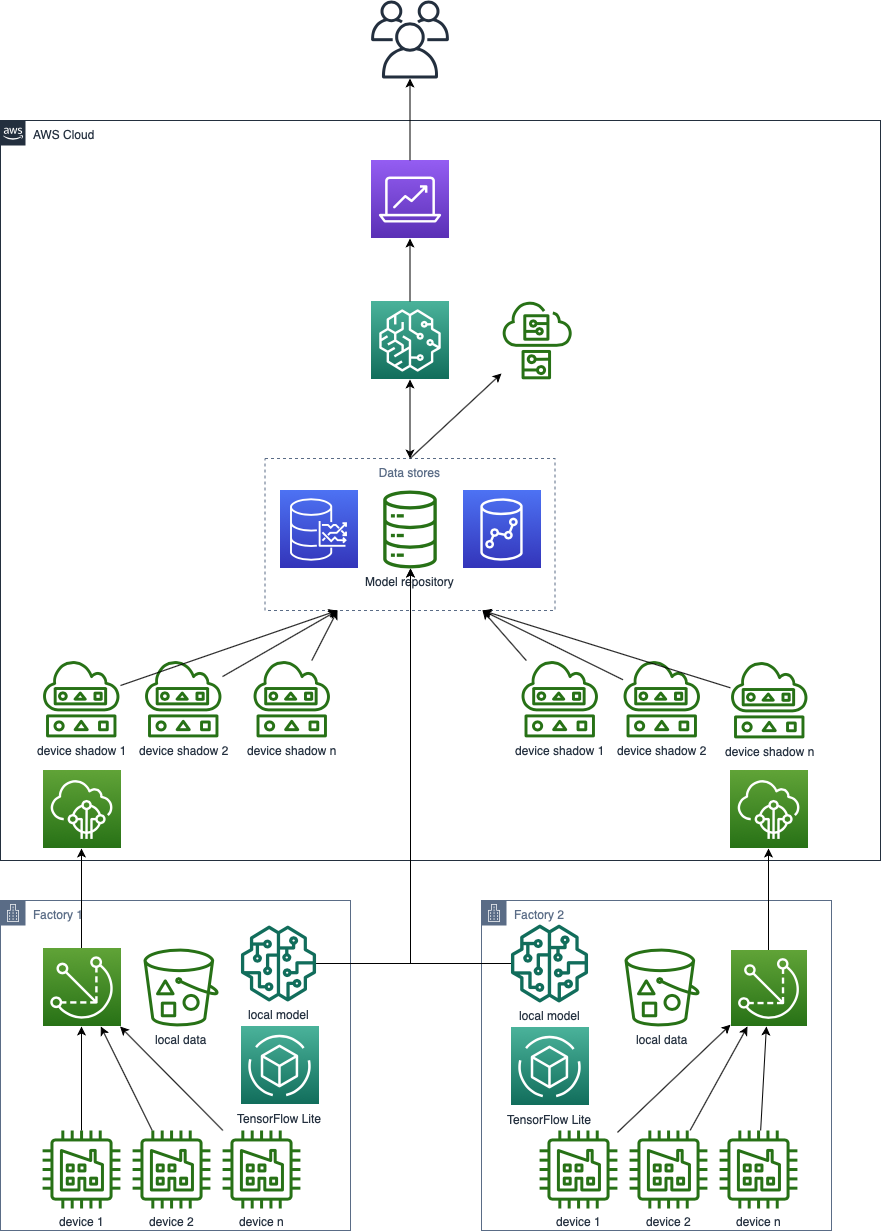
marowid/presentations keeps this draw.io diagram as MTL.png. Above is the earlier version. Source tidied: cells renumbered, new cells last; positions are measured from the earlier drawing's top-left corner, leaving out a move shared by most shapes. The source it was exported from:
```xml
<mxGraphModel>
  <root>
    <mxCell id="0" />
    <mxCell id="1" parent="0" />
    <mxCell id="2" value="AWS Cloud" style="gradientColor=none;html=1;whiteSpace=wrap;fontSize=12;fontStyle=0;shape=mxgraph.aws4.group;grIcon=mxgraph.aws4.group_aws_cloud_alt;strokeColor=#232F3E;fillColor=none;verticalAlign=top;align=left;spacingLeft=30;fontColor=#232F3E;dashed=0;" parent="1" vertex="1">
      <mxGeometry y="120" width="880" height="740" as="geometry" />
    </mxCell>
    <mxCell id="3" value="Data stores" style="fillColor=none;strokeColor=#5A6C86;dashed=1;verticalAlign=top;fontStyle=0;fontColor=#5A6C86;" parent="1" vertex="1">
      <mxGeometry x="264.5" y="458" width="290" height="152" as="geometry" />
    </mxCell>
    <mxCell id="4" value="Factory 1" style="gradientColor=none;html=1;whiteSpace=wrap;fontSize=12;fontStyle=0;shape=mxgraph.aws4.group;grIcon=mxgraph.aws4.group_corporate_data_center;strokeColor=#5A6C86;fillColor=none;verticalAlign=top;align=left;spacingLeft=30;fontColor=#5A6C86;dashed=0;" parent="1" vertex="1">
      <mxGeometry y="900" width="350" height="330" as="geometry" />
    </mxCell>
    <mxCell id="5" value="device 1" style="outlineConnect=0;fontColor=#232F3E;gradientColor=none;fillColor=#277116;strokeColor=none;dashed=0;verticalLabelPosition=bottom;verticalAlign=top;align=center;html=1;fontSize=12;fontStyle=0;shape=mxgraph.aws4.factory;" parent="1" vertex="1">
      <mxGeometry x="42" y="1130" width="78" height="78" as="geometry" />
    </mxCell>
    <mxCell id="6" style="edgeStyle=orthogonalEdgeStyle;rounded=0;jettySize=auto;html=1;" parent="1" edge="1" source="7" target="12">
      <mxGeometry relative="1" as="geometry" />
    </mxCell>
    <mxCell id="7" value="local model" style="outlineConnect=0;fontColor=#232F3E;gradientColor=none;fillColor=#116D5B;strokeColor=none;dashed=0;verticalLabelPosition=bottom;verticalAlign=top;align=center;html=1;fontSize=12;fontStyle=0;shape=mxgraph.aws4.sagemaker_model;" parent="1" vertex="1">
      <mxGeometry x="240" y="925" width="76" height="76" as="geometry" />
    </mxCell>
    <mxCell id="8" style="edgeStyle=orthogonalEdgeStyle;rounded=0;jettySize=auto;html=1;" parent="1" edge="1" source="9" target="19">
      <mxGeometry relative="1" as="geometry" />
    </mxCell>
    <mxCell id="9" style="outlineConnect=0;fontColor=#232F3E;gradientColor=#60A337;gradientDirection=north;fillColor=#277116;strokeColor=#ffffff;dashed=0;verticalLabelPosition=bottom;verticalAlign=top;align=center;html=1;fontSize=12;fontStyle=0;shape=mxgraph.aws4.resourceIcon;resIcon=mxgraph.aws4.greengrass;" parent="1" vertex="1">
      <mxGeometry x="42" y="948" width="78" height="78" as="geometry" />
    </mxCell>
    <mxCell id="10" value="local data" style="fontColor=#232F3E;gradientColor=none;fillColor=#277116;strokeColor=none;dashed=0;verticalLabelPosition=bottom;verticalAlign=top;align=center;html=1;fontSize=12;fontStyle=0;shape=mxgraph.aws4.bucket_with_objects;" parent="1" vertex="1">
      <mxGeometry x="143" y="948" width="75" height="78" as="geometry" />
    </mxCell>
    <mxCell id="11" style="outlineConnect=0;fontColor=#232F3E;gradientColor=#4AB29A;gradientDirection=north;fillColor=#116D5B;strokeColor=#ffffff;dashed=0;verticalLabelPosition=bottom;verticalAlign=top;align=center;html=1;fontSize=12;fontStyle=0;shape=mxgraph.aws4.resourceIcon;resIcon=mxgraph.aws4.sagemaker;" parent="1" vertex="1">
      <mxGeometry x="370.5" y="301" width="78" height="78" as="geometry" />
    </mxCell>
    <mxCell id="12" value="Model repository" style="outlineConnect=0;fontColor=#232F3E;gradientColor=none;fillColor=#277116;strokeColor=none;dashed=0;verticalLabelPosition=bottom;verticalAlign=top;align=center;html=1;fontSize=12;fontStyle=0;shape=mxgraph.aws4.iot_analytics_data_store;" parent="1" vertex="1">
      <mxGeometry x="382.5" y="490" width="54" height="78" as="geometry" />
    </mxCell>
    <mxCell id="13" value="device shadow 1" style="outlineConnect=0;fontColor=#232F3E;gradientColor=none;fillColor=#277116;strokeColor=none;dashed=0;verticalLabelPosition=bottom;verticalAlign=top;align=center;html=1;fontSize=12;fontStyle=0;shape=mxgraph.aws4.shadow;" parent="1" vertex="1">
      <mxGeometry x="42" y="660" width="78" height="77" as="geometry" />
    </mxCell>
    <mxCell id="14" value="device shadow 2" style="outlineConnect=0;fontColor=#232F3E;gradientColor=none;fillColor=#277116;strokeColor=none;dashed=0;verticalLabelPosition=bottom;verticalAlign=top;align=center;html=1;fontSize=12;fontStyle=0;shape=mxgraph.aws4.shadow;" parent="1" vertex="1">
      <mxGeometry x="144" y="660" width="78" height="77" as="geometry" />
    </mxCell>
    <mxCell id="15" value="device shadow n" style="outlineConnect=0;fontColor=#232F3E;gradientColor=none;fillColor=#277116;strokeColor=none;dashed=0;verticalLabelPosition=bottom;verticalAlign=top;align=center;html=1;fontSize=12;fontStyle=0;shape=mxgraph.aws4.shadow;" parent="1" vertex="1">
      <mxGeometry x="252.5" y="660" width="78" height="77" as="geometry" />
    </mxCell>
    <mxCell id="16" style="outlineConnect=0;fontColor=#232F3E;gradientColor=none;fillColor=#277116;strokeColor=none;dashed=0;verticalLabelPosition=bottom;verticalAlign=top;align=center;html=1;fontSize=12;fontStyle=0;shape=mxgraph.aws4.simulator;" parent="1" vertex="1">
      <mxGeometry x="501" y="301" width="71" height="78" as="geometry" />
    </mxCell>
    <mxCell id="17" style="fontColor=#232F3E;gradientColor=#4D72F3;gradientDirection=north;fillColor=#3334B9;strokeColor=#ffffff;dashed=0;verticalLabelPosition=bottom;verticalAlign=top;align=center;html=1;fontSize=12;fontStyle=0;shape=mxgraph.aws4.resourceIcon;resIcon=mxgraph.aws4.timestream;" parent="1" vertex="1">
      <mxGeometry x="279" y="490" width="78" height="78" as="geometry" />
    </mxCell>
    <mxCell id="18" style="fontColor=#232F3E;gradientColor=#4D72F3;gradientDirection=north;fillColor=#3334B9;strokeColor=#ffffff;dashed=0;verticalLabelPosition=bottom;verticalAlign=top;align=center;html=1;fontSize=12;fontStyle=0;shape=mxgraph.aws4.resourceIcon;resIcon=mxgraph.aws4.redshift;" parent="1" vertex="1">
      <mxGeometry x="462" y="490" width="78" height="78" as="geometry" />
    </mxCell>
    <mxCell id="19" style="outlineConnect=0;fontColor=#232F3E;gradientColor=#60A337;gradientDirection=north;fillColor=#277116;strokeColor=#ffffff;dashed=0;verticalLabelPosition=bottom;verticalAlign=top;align=center;html=1;fontSize=12;fontStyle=0;shape=mxgraph.aws4.resourceIcon;resIcon=mxgraph.aws4.iot_core;" parent="1" vertex="1">
      <mxGeometry x="42" y="770" width="78" height="78" as="geometry" />
    </mxCell>
    <mxCell id="20" style="outlineConnect=0;fontColor=#232F3E;gradientColor=none;fillColor=#232F3E;strokeColor=none;dashed=0;verticalLabelPosition=bottom;verticalAlign=top;align=center;html=1;fontSize=12;fontStyle=0;shape=mxgraph.aws4.users;" parent="1" vertex="1">
      <mxGeometry x="370.5" width="78" height="78" as="geometry" />
    </mxCell>
    <mxCell id="21" style="outlineConnect=0;fontColor=#232F3E;gradientColor=#945DF2;gradientDirection=north;fillColor=#5A30B5;strokeColor=#ffffff;dashed=0;verticalLabelPosition=bottom;verticalAlign=top;align=center;html=1;fontSize=12;fontStyle=0;shape=mxgraph.aws4.resourceIcon;resIcon=mxgraph.aws4.analytics;" parent="1" vertex="1">
      <mxGeometry x="370.5" y="160" width="78" height="78" as="geometry" />
    </mxCell>
    <mxCell id="22" value="Factory 2" style="gradientColor=none;html=1;whiteSpace=wrap;fontSize=12;fontStyle=0;shape=mxgraph.aws4.group;grIcon=mxgraph.aws4.group_corporate_data_center;strokeColor=#5A6C86;fillColor=none;verticalAlign=top;align=left;spacingLeft=30;fontColor=#5A6C86;dashed=0;" parent="1" vertex="1">
      <mxGeometry x="481" y="900" width="350" height="330" as="geometry" />
    </mxCell>
    <mxCell id="23" style="edgeStyle=orthogonalEdgeStyle;rounded=0;jettySize=auto;html=1;" parent="1" edge="1" source="24" target="12">
      <mxGeometry relative="1" as="geometry" />
    </mxCell>
    <mxCell id="24" value="local model" style="outlineConnect=0;fontColor=#232F3E;gradientColor=none;fillColor=#116D5B;strokeColor=none;dashed=0;verticalLabelPosition=bottom;verticalAlign=top;align=center;html=1;fontSize=12;fontStyle=0;shape=mxgraph.aws4.sagemaker_model;" parent="1" vertex="1">
      <mxGeometry x="510" y="924" width="78" height="78" as="geometry" />
    </mxCell>
    <mxCell id="25" style="edgeStyle=orthogonalEdgeStyle;rounded=0;jettySize=auto;html=1;" parent="1" edge="1" source="26" target="28">
      <mxGeometry relative="1" as="geometry" />
    </mxCell>
    <mxCell id="26" style="outlineConnect=0;fontColor=#232F3E;gradientColor=#60A337;gradientDirection=north;fillColor=#277116;strokeColor=#ffffff;dashed=0;verticalLabelPosition=bottom;verticalAlign=top;align=center;html=1;fontSize=12;fontStyle=0;shape=mxgraph.aws4.resourceIcon;resIcon=mxgraph.aws4.greengrass;" parent="1" vertex="1">
      <mxGeometry x="730" y="950" width="76" height="76" as="geometry" />
    </mxCell>
    <mxCell id="27" value="local data" style="fontColor=#232F3E;gradientColor=none;fillColor=#277116;strokeColor=none;dashed=0;verticalLabelPosition=bottom;verticalAlign=top;align=center;html=1;fontSize=12;fontStyle=0;shape=mxgraph.aws4.bucket_with_objects;" parent="1" vertex="1">
      <mxGeometry x="624" y="948" width="75" height="78" as="geometry" />
    </mxCell>
    <mxCell id="28" style="outlineConnect=0;fontColor=#232F3E;gradientColor=#60A337;gradientDirection=north;fillColor=#277116;strokeColor=#ffffff;dashed=0;verticalLabelPosition=bottom;verticalAlign=top;align=center;html=1;fontSize=12;fontStyle=0;shape=mxgraph.aws4.resourceIcon;resIcon=mxgraph.aws4.iot_core;" parent="1" vertex="1">
      <mxGeometry x="729" y="770" width="78" height="78" as="geometry" />
    </mxCell>
    <mxCell id="29" value="device 2" style="outlineConnect=0;fontColor=#232F3E;gradientColor=none;fillColor=#277116;strokeColor=none;dashed=0;verticalLabelPosition=bottom;verticalAlign=top;align=center;html=1;fontSize=12;fontStyle=0;shape=mxgraph.aws4.factory;" parent="1" vertex="1">
      <mxGeometry x="132" y="1130" width="78" height="78" as="geometry" />
    </mxCell>
    <mxCell id="30" value="device n" style="outlineConnect=0;fontColor=#232F3E;gradientColor=none;fillColor=#277116;strokeColor=none;dashed=0;verticalLabelPosition=bottom;verticalAlign=top;align=center;html=1;fontSize=12;fontStyle=0;shape=mxgraph.aws4.factory;" parent="1" vertex="1">
      <mxGeometry x="222" y="1130" width="78" height="78" as="geometry" />
    </mxCell>
    <mxCell id="31" value="device 1" style="outlineConnect=0;fontColor=#232F3E;gradientColor=none;fillColor=#277116;strokeColor=none;dashed=0;verticalLabelPosition=bottom;verticalAlign=top;align=center;html=1;fontSize=12;fontStyle=0;shape=mxgraph.aws4.factory;" parent="1" vertex="1">
      <mxGeometry x="539" y="1130" width="78" height="78" as="geometry" />
    </mxCell>
    <mxCell id="32" value="device 2" style="outlineConnect=0;fontColor=#232F3E;gradientColor=none;fillColor=#277116;strokeColor=none;dashed=0;verticalLabelPosition=bottom;verticalAlign=top;align=center;html=1;fontSize=12;fontStyle=0;shape=mxgraph.aws4.factory;" parent="1" vertex="1">
      <mxGeometry x="629" y="1130" width="78" height="78" as="geometry" />
    </mxCell>
    <mxCell id="33" value="device n" style="outlineConnect=0;fontColor=#232F3E;gradientColor=none;fillColor=#277116;strokeColor=none;dashed=0;verticalLabelPosition=bottom;verticalAlign=top;align=center;html=1;fontSize=12;fontStyle=0;shape=mxgraph.aws4.factory;" parent="1" vertex="1">
      <mxGeometry x="719" y="1130" width="78" height="78" as="geometry" />
    </mxCell>
    <mxCell id="34" value="TensorFlow Lite" style="fontColor=#232F3E;gradientColor=#4AB29A;gradientDirection=north;fillColor=#116D5B;strokeColor=#ffffff;dashed=0;verticalLabelPosition=bottom;verticalAlign=top;align=center;html=1;fontSize=12;fontStyle=0;shape=mxgraph.aws4.resourceIcon;resIcon=mxgraph.aws4.tensorflow_on_aws;" parent="1" vertex="1">
      <mxGeometry x="240" y="1026" width="78" height="78" as="geometry" />
    </mxCell>
    <mxCell id="35" value="TensorFlow Lite" style="fontColor=#232F3E;gradientColor=#4AB29A;gradientDirection=north;fillColor=#116D5B;strokeColor=#ffffff;dashed=0;verticalLabelPosition=bottom;verticalAlign=top;align=center;html=1;fontSize=12;fontStyle=0;shape=mxgraph.aws4.resourceIcon;resIcon=mxgraph.aws4.tensorflow_on_aws;" parent="1" vertex="1">
      <mxGeometry x="510" y="1027" width="78" height="78" as="geometry" />
    </mxCell>
    <mxCell id="36" value="device shadow 1" style="outlineConnect=0;fontColor=#232F3E;gradientColor=none;fillColor=#277116;strokeColor=none;dashed=0;verticalLabelPosition=bottom;verticalAlign=top;align=center;html=1;fontSize=12;fontStyle=0;shape=mxgraph.aws4.shadow;" parent="1" vertex="1">
      <mxGeometry x="520.5" y="660" width="78" height="77" as="geometry" />
    </mxCell>
    <mxCell id="37" value="device shadow 2" style="outlineConnect=0;fontColor=#232F3E;gradientColor=none;fillColor=#277116;strokeColor=none;dashed=0;verticalLabelPosition=bottom;verticalAlign=top;align=center;html=1;fontSize=12;fontStyle=0;shape=mxgraph.aws4.shadow;" parent="1" vertex="1">
      <mxGeometry x="622.5" y="660" width="78" height="77" as="geometry" />
    </mxCell>
    <mxCell id="38" value="device shadow n" style="outlineConnect=0;fontColor=#232F3E;gradientColor=none;fillColor=#277116;strokeColor=none;dashed=0;verticalLabelPosition=bottom;verticalAlign=top;align=center;html=1;fontSize=12;fontStyle=0;shape=mxgraph.aws4.shadow;" parent="1" vertex="1">
      <mxGeometry x="730" y="661" width="78" height="77" as="geometry" />
    </mxCell>
    <mxCell id="39" style="endArrow=classic;html=1;" parent="1" edge="1" source="5" target="9">
      <mxGeometry relative="1" as="geometry" />
    </mxCell>
    <mxCell id="40" style="endArrow=classic;html=1;" parent="1" edge="1" source="29" target="9">
      <mxGeometry relative="1" as="geometry" />
    </mxCell>
    <mxCell id="41" style="endArrow=classic;html=1;" parent="1" edge="1" source="30" target="9">
      <mxGeometry relative="1" as="geometry" />
    </mxCell>
    <mxCell id="42" style="endArrow=classic;html=1;" parent="1" edge="1" source="31" target="26">
      <mxGeometry relative="1" as="geometry" />
    </mxCell>
    <mxCell id="43" style="endArrow=classic;html=1;" parent="1" edge="1" source="32" target="26">
      <mxGeometry relative="1" as="geometry" />
    </mxCell>
    <mxCell id="44" style="endArrow=classic;html=1;" parent="1" edge="1" source="33" target="26">
      <mxGeometry relative="1" as="geometry" />
    </mxCell>
    <mxCell id="45" style="endArrow=classic;html=1;entryX=0.25;entryY=1;entryDx=0;entryDy=0;" parent="1" edge="1" source="13" target="3">
      <mxGeometry relative="1" as="geometry" />
    </mxCell>
    <mxCell id="46" style="endArrow=classic;html=1;entryX=0.25;entryY=1;entryDx=0;entryDy=0;" parent="1" edge="1" source="14" target="3">
      <mxGeometry relative="1" as="geometry" />
    </mxCell>
    <mxCell id="47" style="endArrow=classic;html=1;entryX=0.25;entryY=1;entryDx=0;entryDy=0;" parent="1" edge="1" source="15" target="3">
      <mxGeometry relative="1" as="geometry" />
    </mxCell>
    <mxCell id="48" style="endArrow=classic;html=1;entryX=0.75;entryY=1;entryDx=0;entryDy=0;" parent="1" edge="1" source="36" target="3">
      <mxGeometry relative="1" as="geometry" />
    </mxCell>
    <mxCell id="49" style="endArrow=classic;html=1;entryX=0.75;entryY=1;entryDx=0;entryDy=0;" parent="1" edge="1" source="37" target="3">
      <mxGeometry relative="1" as="geometry" />
    </mxCell>
    <mxCell id="50" style="endArrow=classic;html=1;entryX=0.75;entryY=1;entryDx=0;entryDy=0;" parent="1" edge="1" source="38" target="3">
      <mxGeometry relative="1" as="geometry" />
    </mxCell>
    <mxCell id="51" style="endArrow=classic;html=1;exitX=0.5;exitY=0;exitDx=0;exitDy=0;" parent="1" edge="1" source="3" target="16">
      <mxGeometry relative="1" as="geometry" />
    </mxCell>
    <mxCell id="52" style="endArrow=classic;startArrow=classic;html=1;" parent="1" edge="1" source="3" target="11">
      <mxGeometry relative="1" as="geometry" />
    </mxCell>
    <mxCell id="53" style="endArrow=classic;html=1;" parent="1" edge="1" source="11" target="21">
      <mxGeometry relative="1" as="geometry" />
    </mxCell>
    <mxCell id="54" style="endArrow=classic;html=1;" parent="1" edge="1" source="21" target="20">
      <mxGeometry relative="1" as="geometry" />
    </mxCell>
  </root>
</mxGraphModel>
```
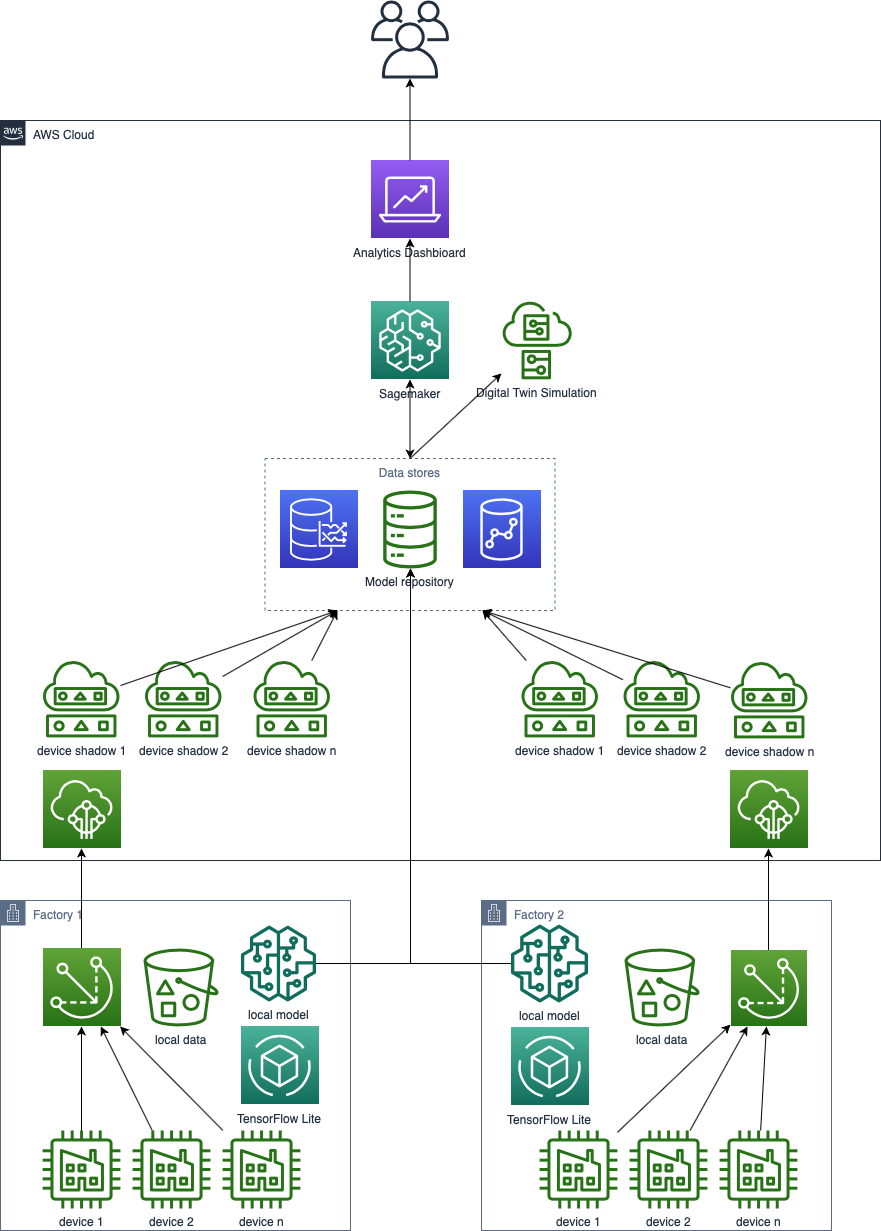
After the change.

What changed in the source:
```diff
@@ -29,7 +29,7 @@
     <mxCell id="10" value="local data" style="fontColor=#232F3E;gradientColor=none;fillColor=#277116;strokeColor=none;dashed=0;verticalLabelPosition=bottom;verticalAlign=top;align=center;html=1;fontSize=12;fontStyle=0;shape=mxgraph.aws4.bucket_with_objects;" parent="1" vertex="1">
       <mxGeometry x="143" y="948" width="75" height="78" as="geometry" />
     </mxCell>
-    <mxCell id="11" style="outlineConnect=0;fontColor=#232F3E;gradientColor=#4AB29A;gradientDirection=north;fillColor=#116D5B;strokeColor=#ffffff;dashed=0;verticalLabelPosition=bottom;verticalAlign=top;align=center;html=1;fontSize=12;fontStyle=0;shape=mxgraph.aws4.resourceIcon;resIcon=mxgraph.aws4.sagemaker;" parent="1" vertex="1">
+    <mxCell id="11" value="Sagemaker" style="outlineConnect=0;fontColor=#232F3E;gradientColor=#4AB29A;gradientDirection=north;fillColor=#116D5B;strokeColor=#ffffff;dashed=0;verticalLabelPosition=bottom;verticalAlign=top;align=center;html=1;fontSize=12;fontStyle=0;shape=mxgraph.aws4.resourceIcon;resIcon=mxgraph.aws4.sagemaker;" parent="1" vertex="1">
       <mxGeometry x="370.5" y="301" width="78" height="78" as="geometry" />
     </mxCell>
     <mxCell id="12" value="Model repository" style="outlineConnect=0;fontColor=#232F3E;gradientColor=none;fillColor=#277116;strokeColor=none;dashed=0;verticalLabelPosition=bottom;verticalAlign=top;align=center;html=1;fontSize=12;fontStyle=0;shape=mxgraph.aws4.iot_analytics_data_store;" parent="1" vertex="1">
@@ -44,7 +44,7 @@
     <mxCell id="15" value="device shadow n" style="outlineConnect=0;fontColor=#232F3E;gradientColor=none;fillColor=#277116;strokeColor=none;dashed=0;verticalLabelPosition=bottom;verticalAlign=top;align=center;html=1;fontSize=12;fontStyle=0;shape=mxgraph.aws4.shadow;" parent="1" vertex="1">
       <mxGeometry x="252.5" y="660" width="78" height="77" as="geometry" />
     </mxCell>
-    <mxCell id="16" style="outlineConnect=0;fontColor=#232F3E;gradientColor=none;fillColor=#277116;strokeColor=none;dashed=0;verticalLabelPosition=bottom;verticalAlign=top;align=center;html=1;fontSize=12;fontStyle=0;shape=mxgraph.aws4.simulator;" parent="1" vertex="1">
+    <mxCell id="16" value="Digital Twin Simulation" style="outlineConnect=0;fontColor=#232F3E;gradientColor=none;fillColor=#277116;strokeColor=none;dashed=0;verticalLabelPosition=bottom;verticalAlign=top;align=center;html=1;fontSize=12;fontStyle=0;shape=mxgraph.aws4.simulator;" parent="1" vertex="1">
       <mxGeometry x="501" y="301" width="71" height="78" as="geometry" />
     </mxCell>
     <mxCell id="17" style="fontColor=#232F3E;gradientColor=#4D72F3;gradientDirection=north;fillColor=#3334B9;strokeColor=#ffffff;dashed=0;verticalLabelPosition=bottom;verticalAlign=top;align=center;html=1;fontSize=12;fontStyle=0;shape=mxgraph.aws4.resourceIcon;resIcon=mxgraph.aws4.timestream;" parent="1" vertex="1">
@@ -59,7 +59,7 @@
     <mxCell id="20" style="outlineConnect=0;fontColor=#232F3E;gradientColor=none;fillColor=#232F3E;strokeColor=none;dashed=0;verticalLabelPosition=bottom;verticalAlign=top;align=center;html=1;fontSize=12;fontStyle=0;shape=mxgraph.aws4.users;" parent="1" vertex="1">
       <mxGeometry x="370.5" width="78" height="78" as="geometry" />
     </mxCell>
-    <mxCell id="21" style="outlineConnect=0;fontColor=#232F3E;gradientColor=#945DF2;gradientDirection=north;fillColor=#5A30B5;strokeColor=#ffffff;dashed=0;verticalLabelPosition=bottom;verticalAlign=top;align=center;html=1;fontSize=12;fontStyle=0;shape=mxgraph.aws4.resourceIcon;resIcon=mxgraph.aws4.analytics;" parent="1" vertex="1">
+    <mxCell id="21" value="Analytics Dashbioard" style="outlineConnect=0;fontColor=#232F3E;gradientColor=#945DF2;gradientDirection=north;fillColor=#5A30B5;strokeColor=#ffffff;dashed=0;verticalLabelPosition=bottom;verticalAlign=top;align=center;html=1;fontSize=12;fontStyle=0;shape=mxgraph.aws4.resourceIcon;resIcon=mxgraph.aws4.analytics;" parent="1" vertex="1">
       <mxGeometry x="370.5" y="160" width="78" height="78" as="geometry" />
     </mxCell>
     <mxCell id="22" value="Factory 2" style="gradientColor=none;html=1;whiteSpace=wrap;fontSize=12;fontStyle=0;shape=mxgraph.aws4.group;grIcon=mxgraph.aws4.group_corporate_data_center;strokeColor=#5A6C86;fillColor=none;verticalAlign=top;align=left;spacingLeft=30;fontColor=#5A6C86;dashed=0;" parent="1" vertex="1">
```
